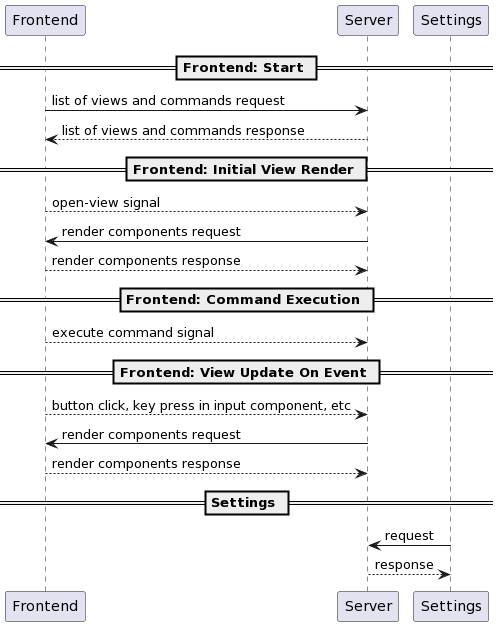
Earlier version of the PlantUML export docs/architecture.png (project-gauntlet/gauntlet). Its source is kept beside it as docs/architecture.plantuml.
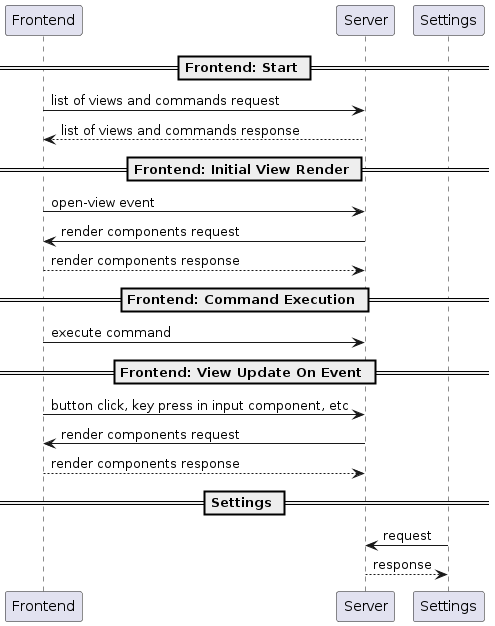
After the change.

The edit, as a diff of the source:
```diff
@@ -8,17 +8,17 @@
 
 == Frontend: Initial View Render ==
 
-Frontend --> Server: open-view signal
+Frontend -> Server: open-view event
 Server -> Frontend: render components request
 Frontend --> Server: render components response
 
 == Frontend: Command Execution ==
 
-Frontend --> Server: execute command signal
+Frontend -> Server: execute command
 
 == Frontend: View Update On Event ==
 
-Frontend --> Server: button click, key press in input component, etc
+Frontend -> Server: button click, key press in input component, etc
 Server -> Frontend: render components request
 Frontend --> Server: render components response
 
```
